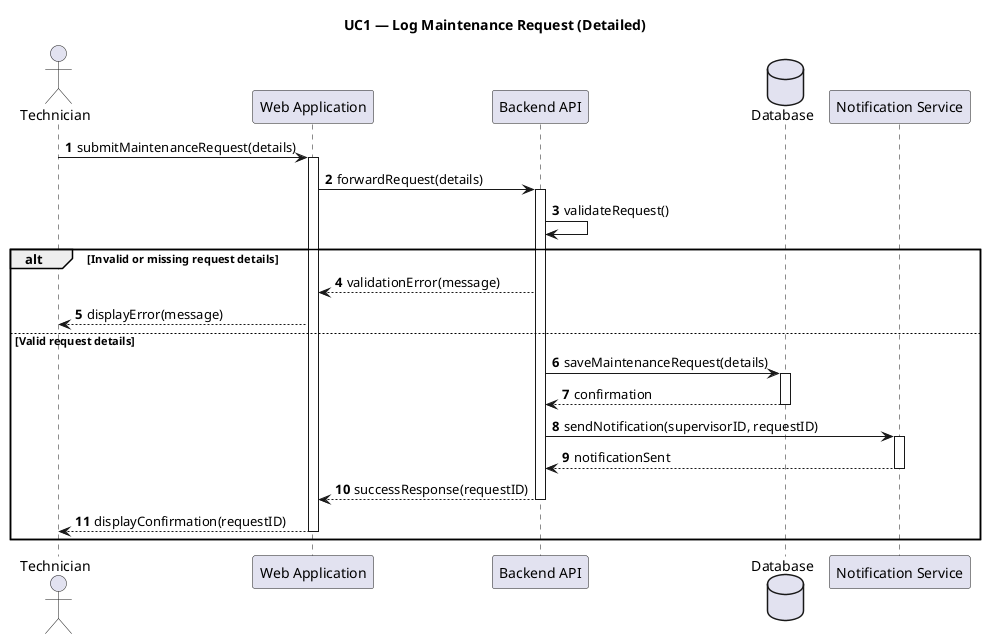
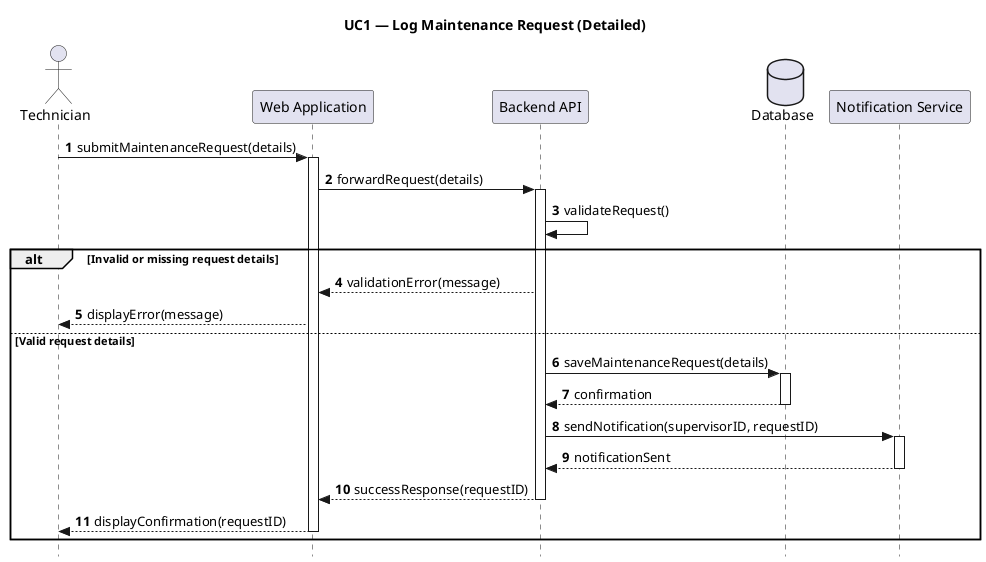
@startuml UC1_Detailed_Flow
title UC1 — Log Maintenance Request (Detailed)

+ skinparam Style strictuml
autonumber
+ 
actor Technician
participant "Web Application" as Web
participant "Backend API" as API
database "Database" as DB
participant "Notification Service" as Notif

Technician -> Web : submitMaintenanceRequest(details)
activate Web
Web -> API : forwardRequest(details)
activate API

API -> API : validateRequest()

alt Invalid or missing request details
    API --> Web : validationError(message)
    Web --> Technician : displayError(message)
else Valid request details
    API -> DB : saveMaintenanceRequest(details)
    activate DB
    DB --> API : confirmation
    deactivate DB

    API -> Notif : sendNotification(supervisorID, requestID)
    activate Notif
    Notif --> API : notificationSent
    deactivate Notif

    API --> Web : successResponse(requestID)
    deactivate API
    Web --> Technician : displayConfirmation(requestID)
    deactivate Web
end
@enduml